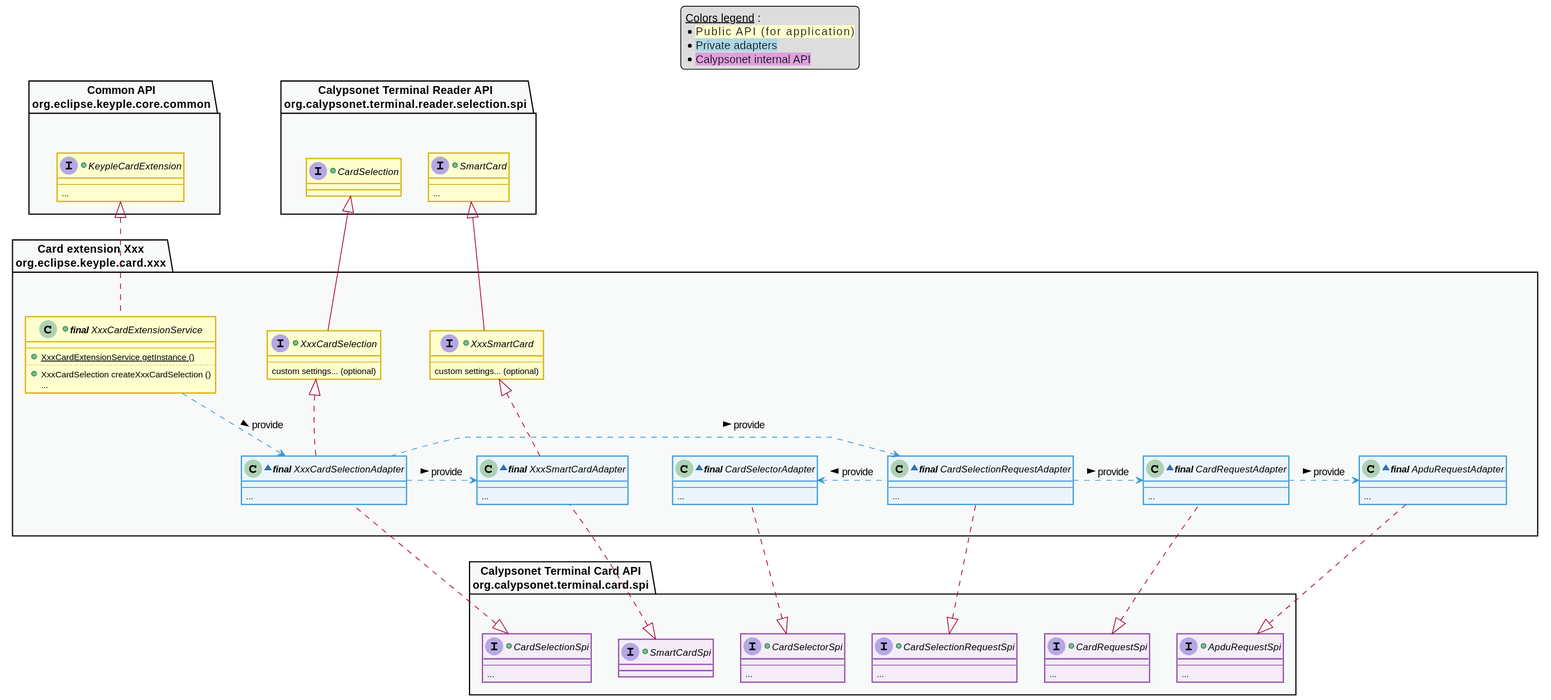
The PlantUML diagram static/media/learn/developer-guide/design-guides/card_extension_class_diagram.svg in eclipse-keyple/keyple-website, before a commit.
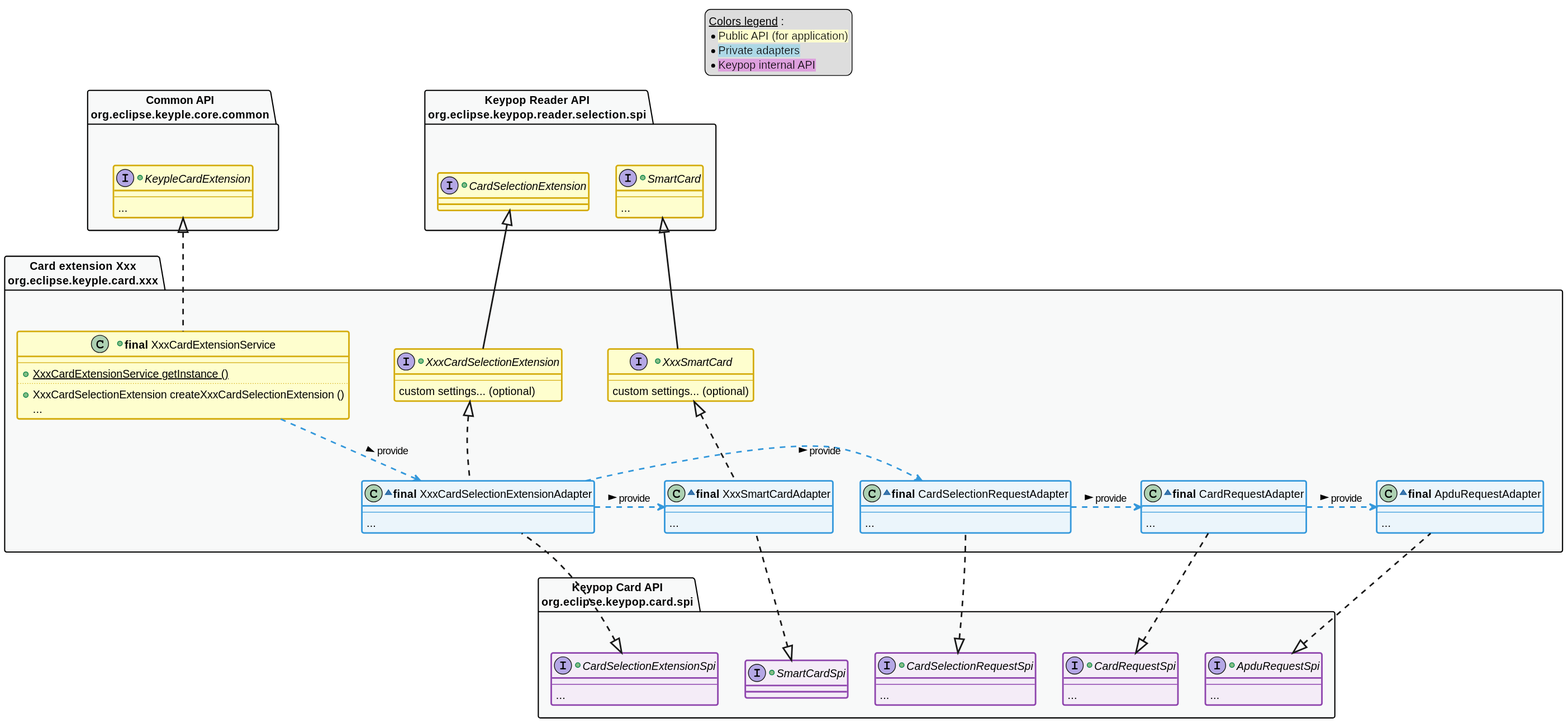
The same diagram one commit later.

The edit, as a diff of the source:
```diff
@@ -1,5 +1,4 @@
 @startuml
-
 
 !define C_GREY1 F8F9F9
 !define C_GREY2 F2F3F4
@@ -11,13 +10,16 @@
 !define C_USE 27AE60
 !define C_YELLOW FEFECE
 
-skinparam Shadowing false
-skinparam ClassFontStyle italic
-skinparam ClassBorderColor #D4AC0D
 skinparam stereotypeABorderColor #A9DCDF
 skinparam stereotypeIBorderColor #B4A7E5
 skinparam stereotypeCBorderColor #ADD1B2
 skinparam stereotypeEBorderColor #EB93DF
+
+skinparam ClassBorderThickness 2
+skinparam ArrowThickness 2
+
+skinparam ClassBackgroundColor #FEFECE
+skinparam ClassBorderColor #D4AC0D
 skinparam ClassBackgroundColor<<red>> #FDEDEC
 skinparam ClassBorderColor<<red>> #E74C3C
 hide <<red>> stereotype
@@ -39,7 +41,7 @@
     __Colors legend__ :
     * <back:C_YELLOW>Public API (for application)</back>
     * <back:lightBlue>Private adapters</back>
-    * <back:plum>Calypsonet internal API</back>
+    * <back:plum>Keypop internal API</back>
 end legend
 
 package "Common API\norg.eclipse.keyple.core.common" as commonApi {
@@ -48,24 +50,20 @@
         ...
     }
 }
-package "Calypsonet Terminal Reader API\norg.calypsonet.terminal.reader.selection.spi" as readerSelectionSpi {
-    +interface CardSelection {
+package "Keypop Reader API\norg.eclipse.keypop.reader.selection.spi" as readerSelectionSpi {
+    +interface CardSelectionExtension {
     }
     +interface SmartCard {
         --
         ...
     }
 }
-package "Calypsonet Terminal Card API\norg.calypsonet.terminal.card.spi" as cardSpi {
-    +interface CardSelectionSpi {
+package "Keypop Card API\norg.eclipse.keypop.card.spi" as cardSpi {
+    +interface CardSelectionExtensionSpi {
         --
         ...
     }
     +interface SmartCardSpi {
-    }
-    +interface CardSelectorSpi {
-        --
-        ...
     }
     +interface CardSelectionRequestSpi {
         --
@@ -82,45 +80,41 @@
 }
 
 package "Card extension Xxx\norg.eclipse.keyple.card.xxx" as specificExtension {
-    +class "**final** XxxCardExtensionService" as XxxCardExtensionService implements KeypleCardExtension {
+    +class "**final** XxxCardExtensionService" as XxxCardExtensionService implements commonApi.KeypleCardExtension {
         --
         +{static} XxxCardExtensionService getInstance ()
         ..
-        +XxxCardSelection createXxxCardSelection ()
+        +XxxCardSelectionExtension createXxxCardSelectionExtension ()
         ...
     }
     together {
-        +interface XxxCardSelection extends CardSelection {
+        +interface XxxCardSelectionExtension extends readerSelectionSpi.CardSelectionExtension {
             --
             custom settings... (optional)
         }
-        +interface XxxSmartCard extends SmartCard {
+        +interface XxxSmartCard extends readerSelectionSpi.SmartCard {
             --
             custom settings... (optional)
         }
-        ~class "**final** XxxCardSelectionAdapter" as CardSelectionAdapter implements XxxCardSelection, CardSelectionSpi {
+        ~class "**final** XxxCardSelectionExtensionAdapter" as CardSelectionAdapter implements XxxCardSelectionExtension, cardSpi.CardSelectionExtensionSpi {
             --
             ...
         }
-        ~class "**final** XxxSmartCardAdapter" as SmartCardAdapter implements XxxSmartCard, SmartCardSpi {
+        ~class "**final** XxxSmartCardAdapter" as SmartCardAdapter implements XxxSmartCard, cardSpi.SmartCardSpi {
             --
             ...
         }
     }
     together {
-        ~class "**final** CardSelectorAdapter" as CardSelectorAdapter implements CardSelectorSpi {
+        ~class "**final** CardSelectionRequestAdapter" as CardSelectionRequestAdapter implements cardSpi.CardSelectionRequestSpi {
             --
             ...
         }
-        ~class "**final** CardSelectionRequestAdapter" as CardSelectionRequestAdapter implements CardSelectionRequestSpi {
+        ~class "**final** CardRequestAdapter" as CardRequestAdapter implements cardSpi.CardRequestSpi {
             --
             ...
         }
-        ~class "**final** CardRequestAdapter" as CardRequestAdapter implements CardRequestSpi {
-            --
-            ...
-        }
-        ~class "**final** ApduRequestAdapter" as ApduRequestAdapter implements ApduRequestSpi {
+        ~class "**final** ApduRequestAdapter" as ApduRequestAdapter implements cardSpi.ApduRequestSpi {
             --
             ...
         }
@@ -133,23 +127,18 @@
 CardSelectionAdapter .> SmartCardAdapter #C_LINK : provide >
 CardSelectionAdapter .> CardSelectionRequestAdapter #C_LINK : provide >
 
-CardSelectionRequestAdapter .left> CardSelectorAdapter #C_LINK : provide >
 CardSelectionRequestAdapter .> CardRequestAdapter #C_LINK : provide >
 
 CardRequestAdapter .> ApduRequestAdapter #C_LINK : provide >
 
 
-CardSelectionAdapter -[hidden]- CardSelectionSpi
+CardSelectionAdapter -[hidden]- CardSelectionExtensionSpi
 SmartCardAdapter -[hidden]- SmartCardSpi
-CardSelectorAdapter -[hidden]- CardSelectorSpi
 CardSelectionRequestAdapter -[hidden]- CardSelectionRequestSpi
 CardRequestAdapter -[hidden]- CardRequestSpi
 ApduRequestAdapter -[hidden]- ApduRequestSpi
 
-XxxCardSelection -[hidden]- CardSelectionAdapter
-
-SmartCardAdapter -[hidden]right- CardSelectorAdapter
-
+XxxCardSelectionExtension -[hidden]- CardSelectionAdapter
 
 
 package commonApi #C_GREY1 {}
@@ -157,17 +146,14 @@
 package cardSpi #C_GREY1 {}
 package readerSelectionSpi #C_GREY1 {}
 
-class CardSelectionAdapter <<blue>>
-class CardSelectorAdapter <<blue>>
-class SmartCardAdapter <<blue>>
-class CardSelectionRequestAdapter <<blue>>
-class CardRequestAdapter <<blue>>
-class ApduRequestAdapter <<blue>>
-interface CardSelectionSpi <<purple>>
-interface CardSelectorSpi <<purple>>
-interface SmartCardSpi <<purple>>
-interface CardSelectionRequestSpi <<purple>>
-interface CardRequestSpi <<purple>>
-interface ApduRequestSpi <<purple>>
-
+class specificExtension.CardSelectionAdapter <<blue>>
+class specificExtension.SmartCardAdapter <<blue>>
+class specificExtension.CardSelectionRequestAdapter <<blue>>
+class specificExtension.CardRequestAdapter <<blue>>
+class specificExtension.ApduRequestAdapter <<blue>>
+interface cardSpi.CardSelectionExtensionSpi <<purple>>
+interface cardSpi.SmartCardSpi <<purple>>
+interface cardSpi.CardSelectionRequestSpi <<purple>>
+interface cardSpi.CardRequestSpi <<purple>>
+interface cardSpi.ApduRequestSpi <<purple>>
 @enduml
```
